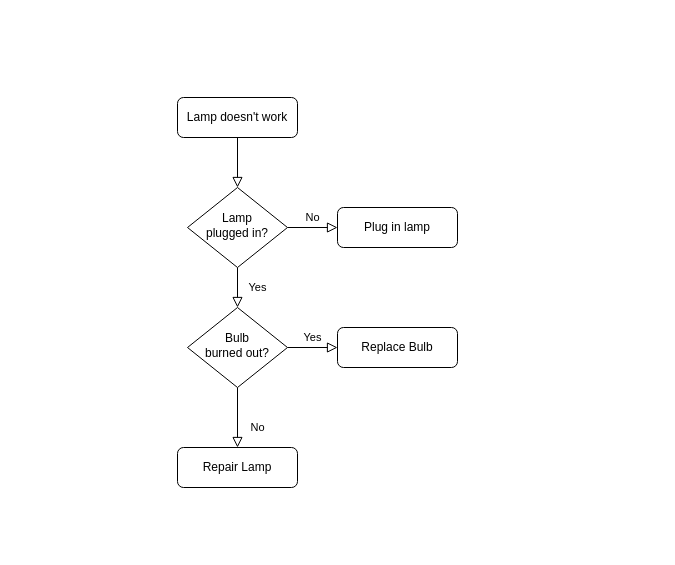
utshabkg/lung_cancer_biomarker keeps this draw.io diagram as final and best approach/Untitled Diagram.drawio. Above is the earlier version. Source tidied: cells renumbered, new cells numbered last; positions are measured from the earlier drawing's top-left corner, leaving out a move shared by most shapes. Both pictures are drawn from the tidied source at 100%, with x=0, y=0 at pixel (177, 97).
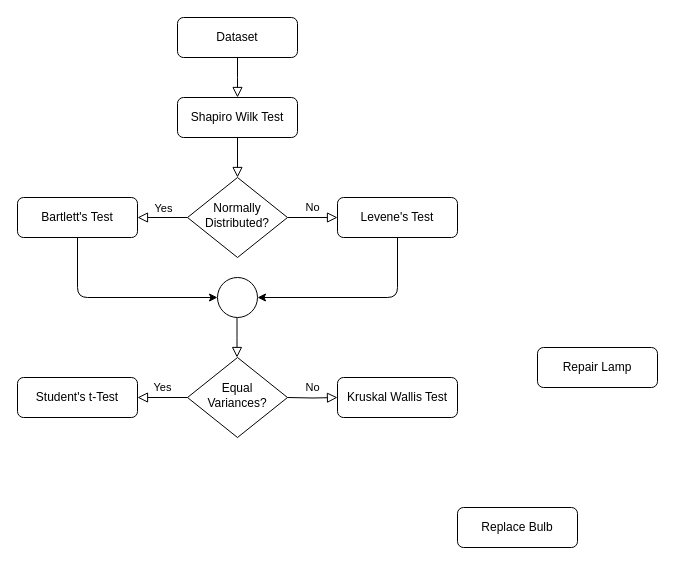
The same diagram, later.

Change to the diagram source:
```diff
@@
-    <mxCell id="3" value="Lamp doesn't work" style="rounded=1;whiteSpace=wrap;html=1;fontSize=12;glass=0;strokeWidth=1;shadow=0;" parent="1" vertex="1">
+    <mxCell id="3" value="Shapiro Wilk Test" style="rounded=1;whiteSpace=wrap;html=1;fontSize=12;glass=0;strokeWidth=1;shadow=0;" parent="1" vertex="1">
       <mxGeometry width="120" height="40" as="geometry" />
     </mxCell>
-    <mxCell id="4" value="Yes" style="rounded=0;html=1;jettySize=auto;fontSize=11;endArrow=block;endFill=0;endSize=8;strokeWidth=1;shadow=0;labelBackgroundColor=none;edgeStyle=orthogonalEdgeStyle;" parent="1" edge="1" source="6" target="10">
-      <mxGeometry y="20" relative="1" as="geometry" />
+    <mxCell id="4" value="Yes" style="rounded=0;html=1;jettySize=auto;fontSize=11;endArrow=block;endFill=0;endSize=8;strokeWidth=1;shadow=0;labelBackgroundColor=none;edgeStyle=orthogonalEdgeStyle;exitX=0;exitY=0.5;exitDx=0;exitDy=0;" parent="1" edge="1" source="6">
+      <mxGeometry y="-10" relative="1" as="geometry">
+        <mxPoint x="-40" y="120" as="targetPoint" />
+      </mxGeometry>
     </mxCell>
@@
-    <mxCell id="6" value="Lamp&lt;br&gt;plugged in?" style="rhombus;whiteSpace=wrap;html=1;shadow=0;fontFamily=Helvetica;fontSize=12;align=center;strokeWidth=1;spacing=6;spacingTop=-4;" parent="1" vertex="1">
-      <mxGeometry x="10" y="90" width="100" height="80" as="geometry" />
+    <mxCell id="6" value="Normally Distributed?" style="rhombus;whiteSpace=wrap;html=1;shadow=0;fontFamily=Helvetica;fontSize=12;align=center;strokeWidth=1;spacing=6;spacingTop=-4;" parent="1" vertex="1">
+      <mxGeometry x="10" y="80" width="100" height="80" as="geometry" />
     </mxCell>
-    <mxCell id="7" value="Plug in lamp" style="rounded=1;whiteSpace=wrap;html=1;fontSize=12;glass=0;strokeWidth=1;shadow=0;" parent="1" vertex="1">
-      <mxGeometry x="160" y="110" width="120" height="40" as="geometry" />
+    <mxCell id="7" value="Levene's Test" style="rounded=1;whiteSpace=wrap;html=1;fontSize=12;glass=0;strokeWidth=1;shadow=0;" parent="1" vertex="1">
+      <mxGeometry x="160" y="100" width="120" height="40" as="geometry" />
     </mxCell>
-    <mxCell id="8" value="No" style="rounded=0;html=1;jettySize=auto;fontSize=11;endArrow=block;endFill=0;endSize=8;strokeWidth=1;shadow=0;labelBackgroundColor=none;edgeStyle=orthogonalEdgeStyle;" parent="1" edge="1" source="10" target="11">
-      <mxGeometry x="0.33" y="20" relative="1" as="geometry" />
-    </mxCell>
-    <mxCell id="9" value="Yes" style="edgeStyle=orthogonalEdgeStyle;rounded=0;html=1;jettySize=auto;fontSize=11;endArrow=block;endFill=0;endSize=8;strokeWidth=1;shadow=0;labelBackgroundColor=none;" parent="1" edge="1" source="10" target="12">
-      <mxGeometry y="10" relative="1" as="geometry" />
-    </mxCell>
-    <mxCell id="10" value="Bulb&lt;br&gt;burned out?" style="rhombus;whiteSpace=wrap;html=1;shadow=0;fontFamily=Helvetica;fontSize=12;align=center;strokeWidth=1;spacing=6;spacingTop=-4;" parent="1" vertex="1">
-      <mxGeometry x="10" y="210" width="100" height="80" as="geometry" />
-    </mxCell>
     <mxCell id="11" value="Repair Lamp" style="rounded=1;whiteSpace=wrap;html=1;fontSize=12;glass=0;strokeWidth=1;shadow=0;" parent="1" vertex="1">
-      <mxGeometry y="350" width="120" height="40" as="geometry" />
+      <mxGeometry x="360" y="250" width="120" height="40" as="geometry" />
     </mxCell>
     <mxCell id="12" value="Replace Bulb" style="rounded=1;whiteSpace=wrap;html=1;fontSize=12;glass=0;strokeWidth=1;shadow=0;" parent="1" vertex="1">
-      <mxGeometry x="160" y="230" width="120" height="40" as="geometry" />
+      <mxGeometry x="280" y="410" width="120" height="40" as="geometry" />
     </mxCell>
+    <mxCell id="13" style="rounded=0;html=1;jettySize=auto;fontSize=11;endArrow=block;endFill=0;endSize=8;strokeWidth=1;shadow=0;labelBackgroundColor=none;edgeStyle=orthogonalEdgeStyle;" parent="1" edge="1" source="14">
+      <mxGeometry relative="1" as="geometry">
+        <mxPoint x="60" as="targetPoint" />
+      </mxGeometry>
+    </mxCell>
+    <mxCell id="14" value="Dataset" style="rounded=1;whiteSpace=wrap;html=1;fontSize=12;glass=0;strokeWidth=1;shadow=0;" parent="1" vertex="1">
+      <mxGeometry y="-80" width="120" height="40" as="geometry" />
+    </mxCell>
+    <mxCell id="15" value="Bartlett's Test" style="rounded=1;whiteSpace=wrap;html=1;fontSize=12;glass=0;strokeWidth=1;shadow=0;" parent="1" vertex="1">
+      <mxGeometry x="-160" y="100" width="120" height="40" as="geometry" />
+    </mxCell>
+    <mxCell id="16" value="Equal Variances?" style="rhombus;whiteSpace=wrap;html=1;shadow=0;fontFamily=Helvetica;fontSize=12;align=center;strokeWidth=1;spacing=6;spacingTop=-4;" parent="1" vertex="1">
+      <mxGeometry x="10" y="260" width="100" height="80" as="geometry" />
+    </mxCell>
+    <mxCell id="17" style="rounded=0;html=1;jettySize=auto;orthogonalLoop=1;fontSize=11;endArrow=block;endFill=0;endSize=8;strokeWidth=1;shadow=0;labelBackgroundColor=none;edgeStyle=orthogonalEdgeStyle;" parent="1" edge="1">
+      <mxGeometry relative="1" as="geometry">
+        <mxPoint x="59.5" y="220" as="sourcePoint" />
+        <mxPoint x="59.5" y="260" as="targetPoint" />
+        <Array as="points">
+          <mxPoint x="59.5" y="240" />
+          <mxPoint x="59.5" y="240" />
+        </Array>
+      </mxGeometry>
+    </mxCell>
+    <mxCell id="9" value="Yes" style="rounded=0;html=1;jettySize=auto;orthogonalLoop=1;fontSize=11;endArrow=block;endFill=0;endSize=8;strokeWidth=1;shadow=0;labelBackgroundColor=none;edgeStyle=orthogonalEdgeStyle;exitX=0;exitY=0.5;exitDx=0;exitDy=0;" parent="1" edge="1">
+      <mxGeometry y="-10" relative="1" as="geometry">
+        <mxPoint x="10" y="300" as="sourcePoint" />
+        <mxPoint x="-40" y="300" as="targetPoint" />
+      </mxGeometry>
+    </mxCell>
+    <mxCell id="8" value="No" style="edgeStyle=orthogonalEdgeStyle;rounded=0;html=1;jettySize=auto;fontSize=11;endArrow=block;endFill=0;endSize=8;strokeWidth=1;shadow=0;labelBackgroundColor=none;" parent="1" edge="1" target="18">
+      <mxGeometry y="10" relative="1" as="geometry">
+        <mxPoint x="110" y="300" as="sourcePoint" />
+      </mxGeometry>
+    </mxCell>
+    <mxCell id="18" value="Kruskal Wallis Test" style="rounded=1;whiteSpace=wrap;html=1;fontSize=12;glass=0;strokeWidth=1;shadow=0;" parent="1" vertex="1">
+      <mxGeometry x="160" y="280" width="120" height="40" as="geometry" />
+    </mxCell>
+    <mxCell id="19" value="Student's t-Test" style="rounded=1;whiteSpace=wrap;html=1;fontSize=12;glass=0;strokeWidth=1;shadow=0;" parent="1" vertex="1">
+      <mxGeometry x="-160" y="280" width="120" height="40" as="geometry" />
+    </mxCell>
+    <mxCell id="20" style="ellipse;whiteSpace=wrap;html=1;" parent="1" vertex="1">
+      <mxGeometry x="40" y="180" width="40" height="40" as="geometry" />
+    </mxCell>
+    <mxCell id="21" style="endArrow=classic;html=1;exitX=0.5;exitY=1;exitDx=0;exitDy=0;entryX=0;entryY=0.5;entryDx=0;entryDy=0;" parent="1" edge="1" source="15" target="20">
+      <mxGeometry relative="1" as="geometry">
+        <Array as="points">
+          <mxPoint x="-100" y="200" />
+        </Array>
+      </mxGeometry>
+    </mxCell>
+    <mxCell id="22" style="endArrow=classic;html=1;exitX=0.5;exitY=1;exitDx=0;exitDy=0;entryX=1;entryY=0.5;entryDx=0;entryDy=0;" parent="1" edge="1" source="7" target="20">
+      <mxGeometry relative="1" as="geometry">
+        <Array as="points">
+          <mxPoint x="220" y="200" />
+        </Array>
+      </mxGeometry>
+    </mxCell>
```
